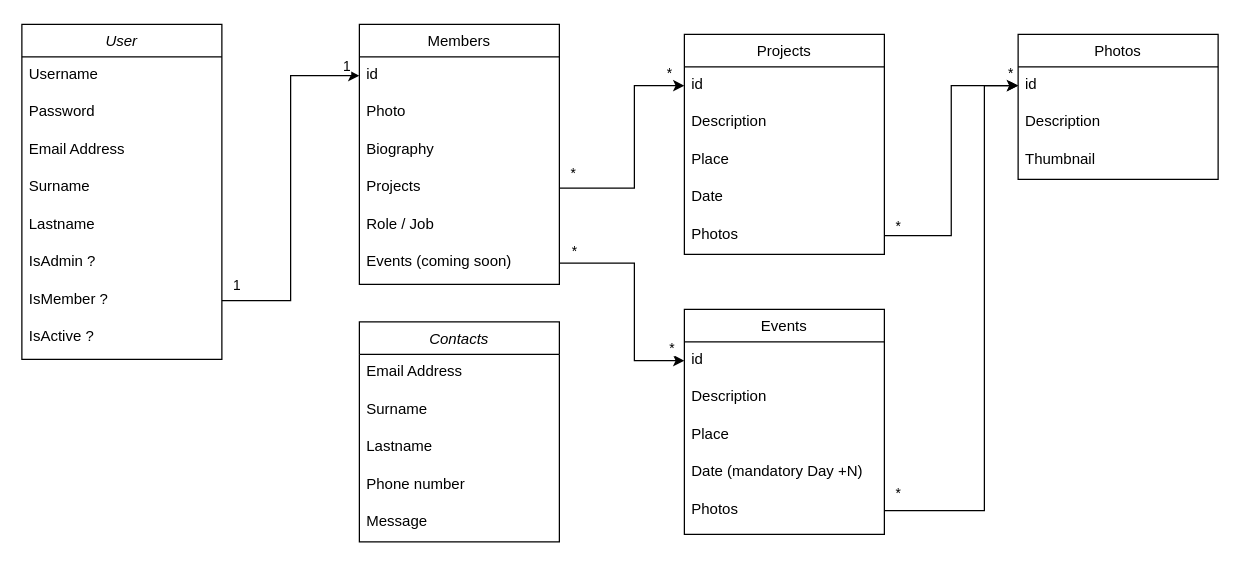
This is UML Diagrams.drawio from gmaOCR/Asso_Karkhiv, a draw.io file, before an edit. Source tidied: cells renumbered, new cells numbered last; positions are measured from the earlier drawing's top-left corner, leaving out a move shared by most shapes. Both pictures are drawn from the tidied source at 125%, with x=0, y=0 at pixel (21, 24).
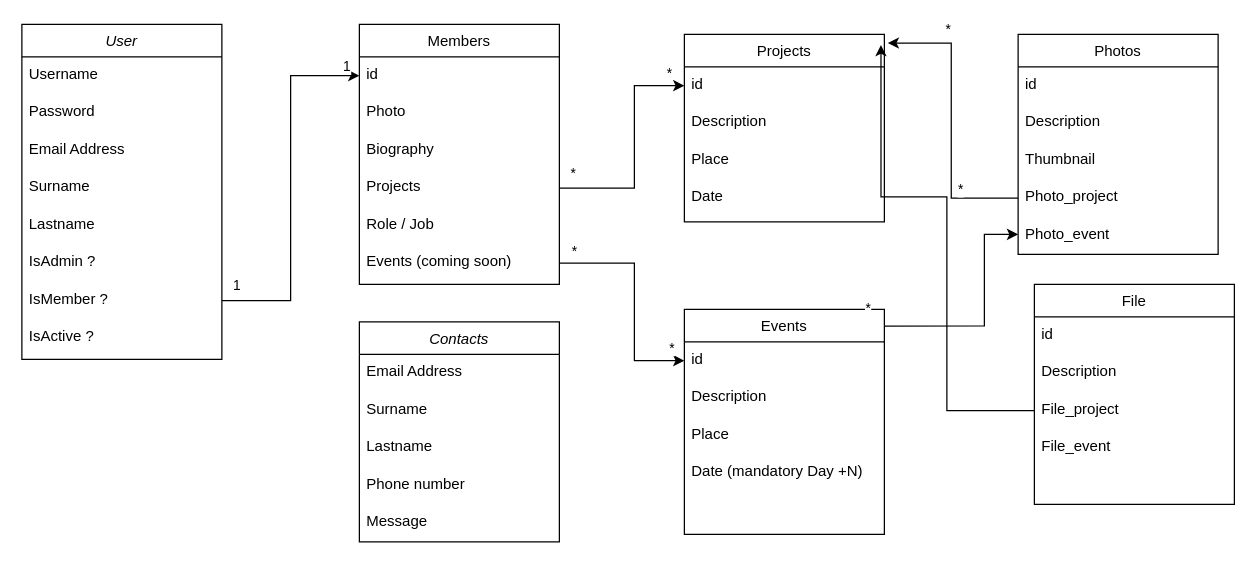
The same page after the edit.

The change refers to these unchanged cells:
```xml
<mxCell id="30" value="Events" style="swimlane;fontStyle=0;align=center;verticalAlign=top;horizontal=1;startSize=26;rounded=0;shadow=0;strokeWidth=1;" parent="1" vertex="1">
  <mxGeometry x="530" y="228" width="160" height="180" as="geometry" />
</mxCell>
<mxCell id="46" value="id" style="text;align=left;verticalAlign=top;spacingLeft=4;spacingRight=4;overflow=hidden;points=[[0,0.5],[1,0.5]];portConstraint=eastwest;" parent="45" vertex="1">
  <mxGeometry y="26" width="160" height="30" as="geometry" />
</mxCell>
```

Change to the diagram source:
```diff
@@
     <mxCell id="21" value="Projects" style="swimlane;fontStyle=0;align=center;verticalAlign=top;horizontal=1;startSize=26;rounded=0;shadow=0;strokeWidth=1;" parent="1" vertex="1">
-      <mxGeometry x="530" y="8" width="160" height="176" as="geometry" />
+      <mxGeometry x="530" y="8" width="160" height="150" as="geometry" />
     </mxCell>
@@
-    <mxCell id="26" value="Photos" style="text;align=left;verticalAlign=top;spacingLeft=4;spacingRight=4;overflow=hidden;points=[[0,0.5],[1,0.5]];portConstraint=eastwest;rounded=0;shadow=0;html=0;" parent="21" vertex="1">
-      <mxGeometry y="146" width="160" height="30" as="geometry" />
-    </mxCell>
@@
-    <mxCell id="35" value="Photos" style="text;align=left;verticalAlign=top;spacingLeft=4;spacingRight=4;overflow=hidden;points=[[0,0.5],[1,0.5]];portConstraint=eastwest;rounded=0;shadow=0;html=0;" parent="30" vertex="1">
-      <mxGeometry y="146" width="160" height="30" as="geometry" />
-    </mxCell>
@@
     <mxCell id="45" value="Photos" style="swimlane;fontStyle=0;align=center;verticalAlign=top;horizontal=1;startSize=26;rounded=0;shadow=0;strokeWidth=1;" parent="1" vertex="1">
-      <mxGeometry x="797" y="8" width="160" height="116" as="geometry" />
+      <mxGeometry x="797" y="8" width="160" height="176" as="geometry" />
     </mxCell>
@@
+    <mxCell id="26" value="Photo_project" style="text;align=left;verticalAlign=top;spacingLeft=4;spacingRight=4;overflow=hidden;points=[[0,0.5],[1,0.5]];portConstraint=eastwest;rounded=0;shadow=0;html=0;" parent="45" vertex="1">
+      <mxGeometry y="116" width="160" height="30" as="geometry" />
+    </mxCell>
+    <mxCell id="54" value="Photo_event" style="text;align=left;verticalAlign=top;spacingLeft=4;spacingRight=4;overflow=hidden;points=[[0,0.5],[1,0.5]];portConstraint=eastwest;rounded=0;shadow=0;html=0;" parent="45" vertex="1">
+      <mxGeometry y="146" width="160" height="30" as="geometry" />
+    </mxCell>
+    <mxCell id="52" style="edgeStyle=orthogonalEdgeStyle;rounded=0;jettySize=auto;html=1;exitX=0.999;exitY=0.074;exitDx=0;exitDy=0;exitPerimeter=0;" parent="1" edge="1" source="30" target="54">
+      <mxGeometry relative="1" as="geometry">
+        <Array as="points">
+          <mxPoint x="770" y="241" />
+          <mxPoint x="770" y="168" />
+        </Array>
+      </mxGeometry>
+    </mxCell>
+    <mxCell id="53" value="*" style="edgeLabel;html=1;align=center;verticalAlign=middle;" parent="52" vertex="1">
+      <mxGeometry x="-0.83" y="1" relative="1" as="geometry">
+        <mxPoint x="-28" y="-14" as="offset" />
+      </mxGeometry>
+    </mxCell>
-    <mxCell id="49" style="edgeStyle=orthogonalEdgeStyle;rounded=0;jettySize=auto;html=1;" parent="1" edge="1" source="26" target="46">
+    <mxCell id="49" style="edgeStyle=orthogonalEdgeStyle;rounded=0;jettySize=auto;html=1;entryX=1.017;entryY=0.046;entryDx=0;entryDy=0;entryPerimeter=0;" parent="1" edge="1" source="26" target="21">
       <mxGeometry relative="1" as="geometry" />
     </mxCell>
@@
-    <mxCell id="52" style="edgeStyle=orthogonalEdgeStyle;rounded=0;jettySize=auto;html=1;entryX=0;entryY=0.5;entryDx=0;entryDy=0;" parent="1" edge="1" source="35" target="46">
-      <mxGeometry relative="1" as="geometry">
-        <Array as="points">
-          <mxPoint x="770" y="389" />
-          <mxPoint x="770" y="49" />
-        </Array>
-      </mxGeometry>
-    </mxCell>
-    <mxCell id="53" value="*" style="edgeLabel;html=1;align=center;verticalAlign=middle;" parent="52" vertex="1">
-      <mxGeometry x="-0.83" y="1" relative="1" as="geometry">
-        <mxPoint x="-28" y="-14" as="offset" />
-      </mxGeometry>
-    </mxCell>
+    <mxCell id="55" value="File&#10;" style="swimlane;fontStyle=0;align=center;verticalAlign=top;horizontal=1;startSize=26;rounded=0;shadow=0;strokeWidth=1;" parent="1" vertex="1">
+      <mxGeometry x="810" y="208" width="160" height="176" as="geometry" />
+    </mxCell>
+    <mxCell id="56" value="id" style="text;align=left;verticalAlign=top;spacingLeft=4;spacingRight=4;overflow=hidden;" parent="55" vertex="1">
+      <mxGeometry y="26" width="160" height="30" as="geometry" />
+    </mxCell>
+    <mxCell id="57" value="Description" style="text;align=left;verticalAlign=top;spacingLeft=4;spacingRight=4;overflow=hidden;rounded=0;shadow=0;html=0;" parent="55" vertex="1">
+      <mxGeometry y="56" width="160" height="30" as="geometry" />
+    </mxCell>
+    <mxCell id="58" value="File_project" style="text;align=left;verticalAlign=top;spacingLeft=4;spacingRight=4;overflow=hidden;points=[[0,0.5],[1,0.5]];portConstraint=eastwest;rounded=0;shadow=0;html=0;" parent="55" vertex="1">
+      <mxGeometry y="86" width="160" height="30" as="geometry" />
+    </mxCell>
+    <mxCell id="59" value="File_event" style="text;align=left;verticalAlign=top;spacingLeft=4;spacingRight=4;overflow=hidden;rounded=0;shadow=0;html=0;" parent="55" vertex="1">
+      <mxGeometry y="116" width="160" height="30" as="geometry" />
+    </mxCell>
+    <mxCell id="60" style="edgeStyle=orthogonalEdgeStyle;rounded=0;jettySize=auto;html=1;entryX=0.983;entryY=0.057;entryDx=0;entryDy=0;entryPerimeter=0;exitX=0;exitY=0.5;exitDx=0;exitDy=0;" parent="1" edge="1" source="58" target="21">
+      <mxGeometry relative="1" as="geometry">
+        <Array as="points">
+          <mxPoint x="740" y="309" />
+          <mxPoint x="740" y="138" />
+          <mxPoint x="687" y="138" />
+        </Array>
+      </mxGeometry>
+    </mxCell>
```
